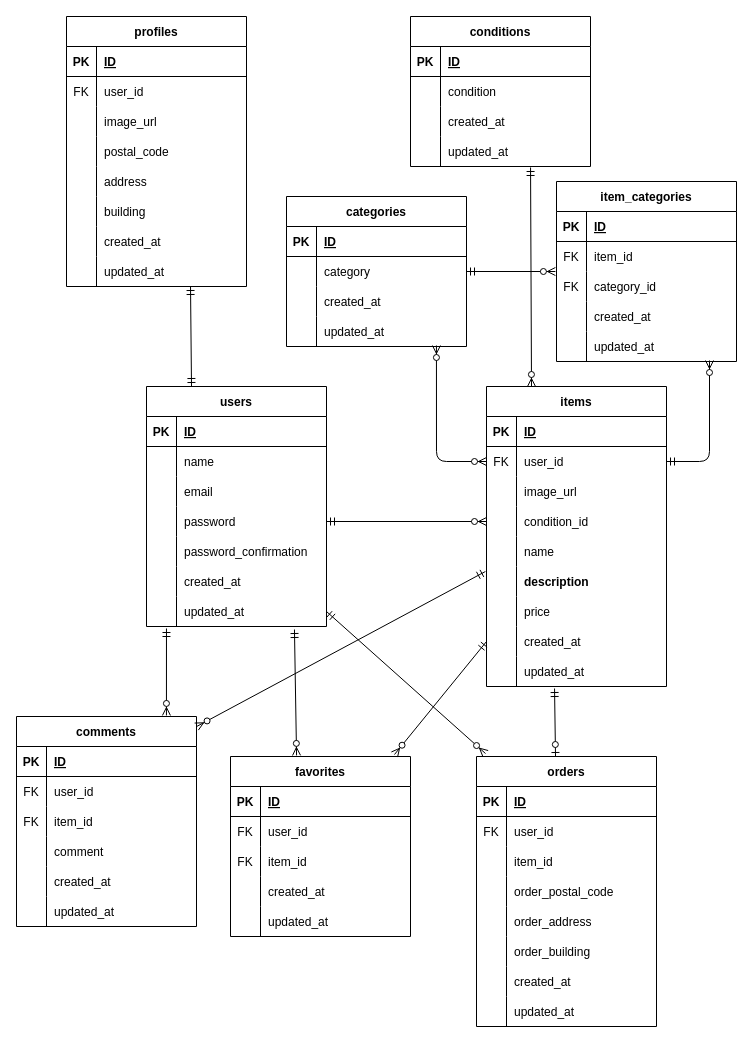
Above: diagram.drawio in butterfly-39/mock_project1_20250127 (draw.io), before the change. Source tidied: cells renumbered, new cells numbered last; positions are measured from the earlier drawing's top-left corner, leaving out a move shared by most shapes. Both pictures are drawn from the tidied source at 100%, with x=0, y=0 at pixel (16, 16).
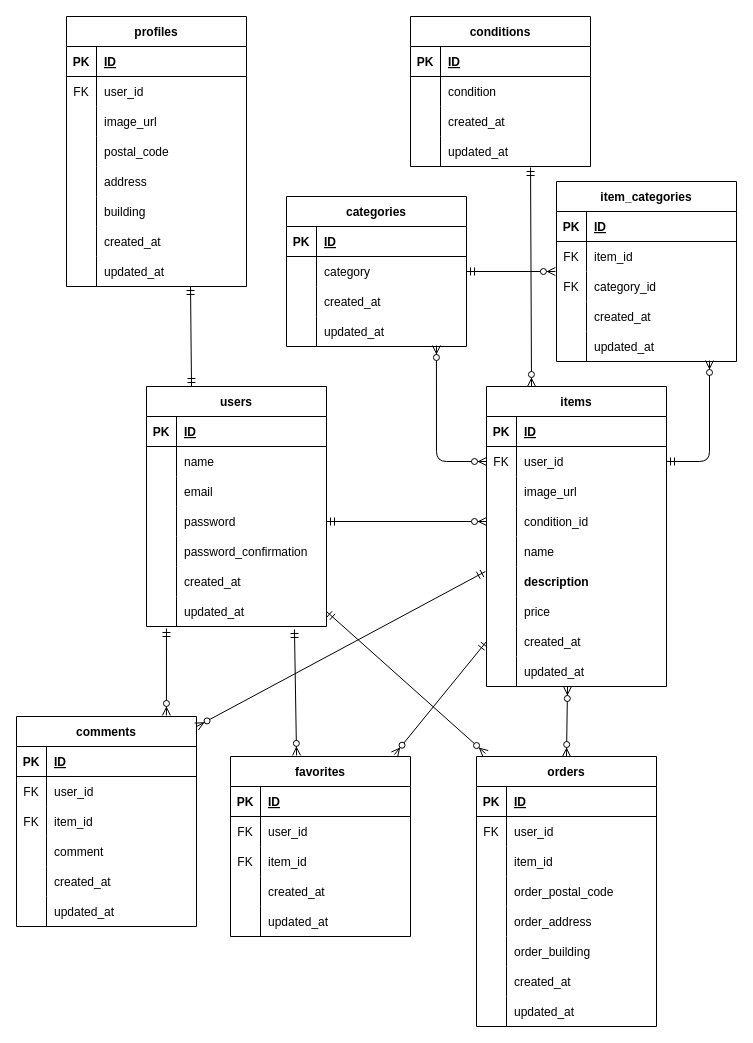
The same page after the edit.

The change refers to these unchanged cells:
```xml
<mxCell id="2" value="orders" style="shape=table;startSize=30;childLayout=tableLayout;rowLines=0;fontStyle=1;align=center;rounded=0;" parent="1" vertex="1">
  <mxGeometry x="460" y="740" width="180" height="270" as="geometry" />
</mxCell>
<mxCell id="87" style="shape=tableRow;horizontal=0;startSize=0;swimlaneHead=0;swimlaneBody=0;fillColor=none;points=[[0,0.5],[1,0.5]];portConstraint=eastwest;top=0;left=0;right=0;bottom=0;rounded=0;" parent="62" vertex="1">
  <mxGeometry y="270" width="180" height="30" as="geometry" />
</mxCell>
```

The edit, as a diff of the source:
```diff
@@
-    <mxCell id="186" style="fontSize=12;html=1;endArrow=ERzeroToOne;startArrow=ERmandOne;entryX=0.439;entryY=0;entryDx=0;entryDy=0;entryPerimeter=0;exitX=0.378;exitY=1.067;exitDx=0;exitDy=0;exitPerimeter=0;" parent="1" edge="1" source="87" target="2">
-      <mxGeometry relative="1" as="geometry" />
-    </mxCell>
@@
+    <mxCell id="191" style="fontSize=12;html=1;endArrow=ERzeroToMany;endFill=1;startArrow=ERzeroToMany;exitX=0.5;exitY=0;exitDx=0;exitDy=0;entryX=0.45;entryY=1;entryDx=0;entryDy=0;entryPerimeter=0;" parent="1" edge="1" source="2" target="87">
+      <mxGeometry relative="1" as="geometry" />
+    </mxCell>
```
